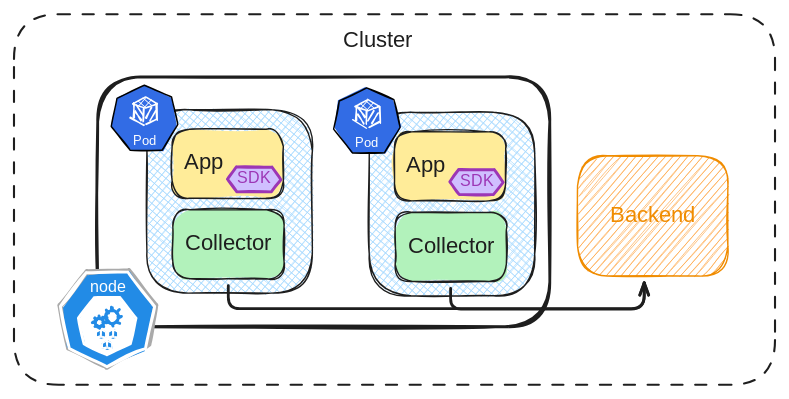
Earlier version of the Excalidraw export assets/collector-sidecar.excalidraw.svg (ninoCan/talk-otel). Source tidied: one line per element, renumbered; positions are measured from the earlier drawing's top-left corner, leaving out a move shared by most shapes.
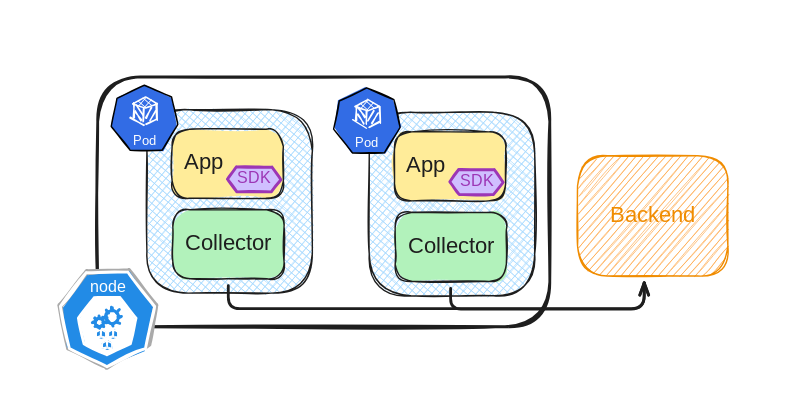
The same file after the commit.

The edit, as a diff of the source:
```diff
@@ -72,5 +72,3 @@
 {"id": 71, "type": "text", "text": "Backend", "strokeColor": "#f08c00", "backgroundColor": "#ffa94d", "fillStyle": "hachure", "strokeWidth": 1, "roughness": 1, "fontSize": 16, "fontFamily": 5, "textAlign": "center", "verticalAlign": "middle", "inside": 70, "x": 424, "y": 134, "width": 65, "height": 20}
 {"id": 72, "type": "arrow", "strokeColor": "#1e1e1e", "backgroundColor": "#ffa94d", "fillStyle": "hachure", "strokeWidth": 2, "roughness": 0, "endArrowhead": "arrow", "from": 35, "to": 70, "x": 153, "y": 194, "width": 297, "height": 18, "points": [[0, 0], [0, 16], [297, 16], [297, -2]]}
 {"id": 73, "type": "arrow", "strokeColor": "#1e1e1e", "backgroundColor": "#ffa94d", "fillStyle": "hachure", "strokeWidth": 2, "roughness": 0, "endArrowhead": "arrow", "from": 54, "to": 70, "x": 312, "y": 196, "width": 138, "height": 19, "points": [[0, 0], [0, 15], [138, 15], [138, -4]]}
-{"id": 74, "type": "rectangle", "strokeColor": "#1e1e1e", "strokeWidth": 1, "strokeStyle": "dashed", "roughness": 0, "round": true, "x": 0, "y": 0, "width": 544, "height": 265}
-{"id": 75, "type": "text", "text": "Cluster", "strokeColor": "#1e1e1e", "strokeWidth": 1, "strokeStyle": "dashed", "roughness": 0, "fontSize": 16, "fontFamily": 5, "x": 235, "y": 9, "width": 55, "height": 20}
```
